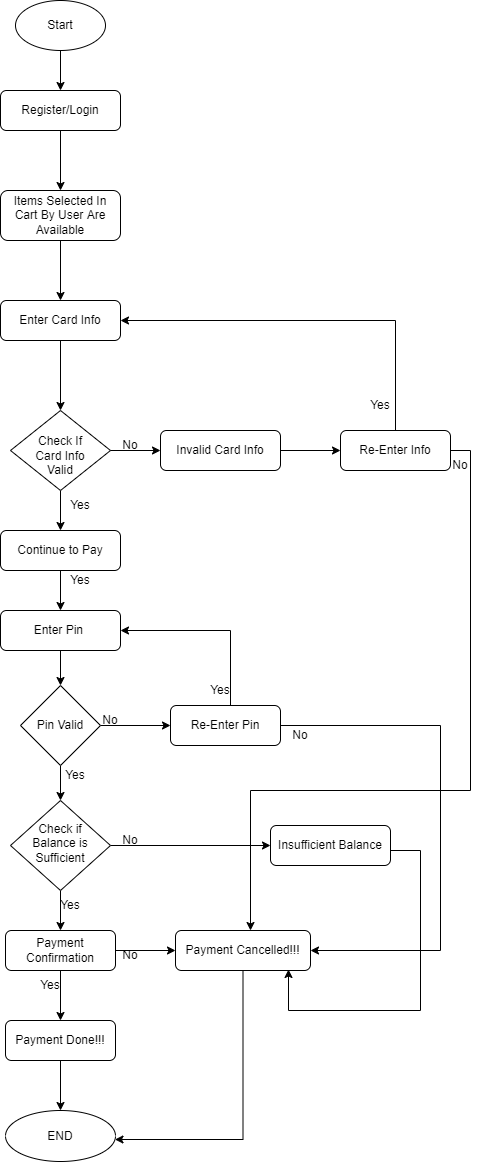
The draw.io diagram FC_Credit_Card_Payment.png in MuhammadFurqanAli/SQA_TEST_CASES, before a commit. Source tidied: cells renumbered, new cells last; positions are measured from the earlier drawing's top-left corner, leaving out a move shared by most shapes.
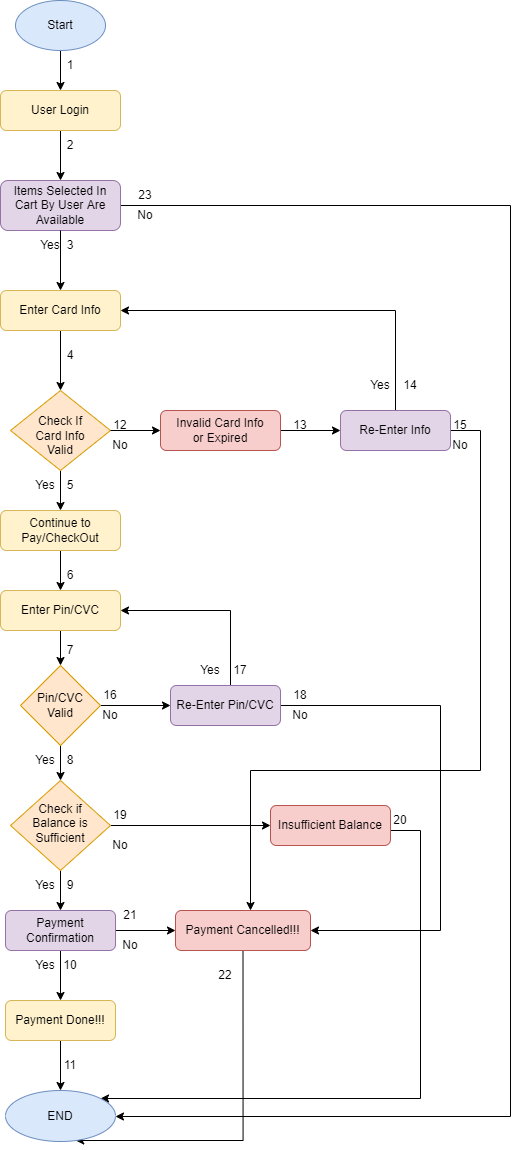
After the change.

Change to the diagram source:
```diff
@@ -7,4 +7,4 @@
     </mxCell>
-    <mxCell id="3" value="Register/Login" style="rounded=1;whiteSpace=wrap;html=1;fontSize=12;glass=0;strokeWidth=1;shadow=0;" parent="1" vertex="1">
-      <mxGeometry y="90" width="120" height="40" as="geometry" />
+    <mxCell id="3" value="User Login" style="rounded=1;whiteSpace=wrap;html=1;fontSize=12;glass=0;strokeWidth=1;shadow=0;fillColor=#fff2cc;strokeColor=#d6b656;" parent="1" vertex="1">
+      <mxGeometry y="110" width="120" height="40" as="geometry" />
     </mxCell>
@@ -13,9 +13,9 @@
     </mxCell>
-    <mxCell id="5" value="&lt;br&gt;Check If&lt;br&gt;Card Info&lt;br&gt;Valid" style="rhombus;whiteSpace=wrap;html=1;shadow=0;fontFamily=Helvetica;fontSize=12;align=center;strokeWidth=1;spacing=6;spacingTop=-4;" parent="1" vertex="1">
+    <mxCell id="5" value="&lt;br&gt;Check If&lt;br&gt;Card Info&lt;br&gt;Valid" style="rhombus;whiteSpace=wrap;html=1;shadow=0;fontFamily=Helvetica;fontSize=12;align=center;strokeWidth=1;spacing=6;spacingTop=-4;fillColor=#ffe6cc;strokeColor=#d79b00;" parent="1" vertex="1">
       <mxGeometry x="10" y="410" width="100" height="80" as="geometry" />
     </mxCell>
-    <mxCell id="6" style="edgeStyle=orthogonalEdgeStyle;rounded=0;jettySize=auto;html=1;exitX=0.5;exitY=0;exitDx=0;exitDy=0;entryX=1;entryY=0.5;entryDx=0;entryDy=0;" parent="1" edge="1" source="30" target="45">
+    <mxCell id="6" style="edgeStyle=orthogonalEdgeStyle;rounded=0;jettySize=auto;html=1;exitX=0.5;exitY=0;exitDx=0;exitDy=0;" parent="1" edge="1" source="30" target="45">
       <mxGeometry relative="1" as="geometry">
         <Array as="points">
-          <mxPoint x="395" y="320" />
+          <mxPoint x="395" y="330" />
         </Array>
@@ -26,3 +26,3 @@
     </mxCell>
-    <mxCell id="8" value="Invalid Card Info" style="rounded=1;whiteSpace=wrap;html=1;fontSize=12;glass=0;strokeWidth=1;shadow=0;" parent="1" vertex="1">
+    <mxCell id="8" value="Invalid Card Info&lt;br&gt;or Expired" style="rounded=1;whiteSpace=wrap;html=1;fontSize=12;glass=0;strokeWidth=1;shadow=0;fillColor=#f8cecc;strokeColor=#b85450;" parent="1" vertex="1">
       <mxGeometry x="160" y="430" width="120" height="40" as="geometry" />
@@ -35,3 +35,3 @@
     </mxCell>
-    <mxCell id="11" value="Check if Balance is Sufficient" style="rhombus;whiteSpace=wrap;html=1;shadow=0;fontFamily=Helvetica;fontSize=12;align=center;strokeWidth=1;spacing=6;spacingTop=-4;" parent="1" vertex="1">
+    <mxCell id="11" value="Check if Balance is Sufficient" style="rhombus;whiteSpace=wrap;html=1;shadow=0;fontFamily=Helvetica;fontSize=12;align=center;strokeWidth=1;spacing=6;spacingTop=-4;fillColor=#ffe6cc;strokeColor=#d79b00;" parent="1" vertex="1">
       <mxGeometry x="10" y="800" width="100" height="90" as="geometry" />
@@ -41,11 +41,11 @@
     </mxCell>
-    <mxCell id="13" value="Enter Pin&amp;nbsp;" style="rounded=1;whiteSpace=wrap;html=1;fontSize=12;glass=0;strokeWidth=1;shadow=0;" parent="1" vertex="1">
+    <mxCell id="13" value="Enter Pin/CVC" style="rounded=1;whiteSpace=wrap;html=1;fontSize=12;glass=0;strokeWidth=1;shadow=0;fillColor=#fff2cc;strokeColor=#d6b656;" parent="1" vertex="1">
       <mxGeometry y="610" width="120" height="40" as="geometry" />
     </mxCell>
-    <mxCell id="14" style="edgeStyle=orthogonalEdgeStyle;rounded=0;jettySize=auto;html=1;entryX=0.837;entryY=0.975;entryDx=0;entryDy=0;exitX=1;exitY=0.5;exitDx=0;exitDy=0;entryPerimeter=0;" parent="1" edge="1" source="15" target="41">
+    <mxCell id="14" style="edgeStyle=orthogonalEdgeStyle;rounded=0;jettySize=auto;html=1;exitX=1;exitY=0.5;exitDx=0;exitDy=0;" parent="1" edge="1" source="15" target="40">
       <mxGeometry relative="1" as="geometry">
         <Array as="points">
+          <mxPoint x="390" y="850" />
           <mxPoint x="420" y="850" />
-          <mxPoint x="420" y="1010" />
-          <mxPoint x="288" y="1010" />
+          <mxPoint x="420" y="1118" />
         </Array>
@@ -53,3 +53,3 @@
     </mxCell>
-    <mxCell id="15" value="Insufficient Balance" style="rounded=1;whiteSpace=wrap;html=1;fontSize=12;glass=0;strokeWidth=1;shadow=0;" parent="1" vertex="1">
+    <mxCell id="15" value="Insufficient Balance" style="rounded=1;whiteSpace=wrap;html=1;fontSize=12;glass=0;strokeWidth=1;shadow=0;fillColor=#f8cecc;strokeColor=#b85450;" parent="1" vertex="1">
       <mxGeometry x="270" y="825" width="120" height="40" as="geometry" />
@@ -59,7 +59,7 @@
     </mxCell>
-    <mxCell id="17" value="Start" style="ellipse;whiteSpace=wrap;html=1;" parent="1" vertex="1">
-      <mxGeometry x="15" width="90" height="50" as="geometry" />
+    <mxCell id="17" value="Start" style="ellipse;whiteSpace=wrap;html=1;fillColor=#dae8fc;strokeColor=#6c8ebf;" parent="1" vertex="1">
+      <mxGeometry x="15" y="20" width="90" height="50" as="geometry" />
     </mxCell>
     <mxCell id="18" value="No" style="text;html=1;strokeColor=none;fillColor=none;align=center;verticalAlign=middle;whiteSpace=wrap;rounded=0;" parent="1" vertex="1">
-      <mxGeometry x="100" y="430" width="60" height="30" as="geometry" />
+      <mxGeometry x="90" y="450" width="60" height="30" as="geometry" />
     </mxCell>
@@ -78,3 +78,3 @@
     </mxCell>
-    <mxCell id="22" value="Pin Valid" style="rhombus;whiteSpace=wrap;html=1;" parent="1" vertex="1">
+    <mxCell id="22" value="Pin/CVC&lt;br&gt;Valid" style="rhombus;whiteSpace=wrap;html=1;fillColor=#ffe6cc;strokeColor=#d79b00;" parent="1" vertex="1">
       <mxGeometry x="20" y="685" width="80" height="80" as="geometry" />
@@ -91,3 +91,3 @@
     </mxCell>
-    <mxCell id="25" value="Continue to Pay" style="rounded=1;whiteSpace=wrap;html=1;fontSize=12;glass=0;strokeWidth=1;shadow=0;" parent="1" vertex="1">
+    <mxCell id="25" value="Continue to Pay/CheckOut" style="rounded=1;whiteSpace=wrap;html=1;fontSize=12;glass=0;strokeWidth=1;shadow=0;fillColor=#fff2cc;strokeColor=#d6b656;" parent="1" vertex="1">
       <mxGeometry y="530" width="120" height="40" as="geometry" />
@@ -95,5 +95,5 @@
     <mxCell id="26" value="Yes" style="text;html=1;strokeColor=none;fillColor=none;align=center;verticalAlign=middle;whiteSpace=wrap;rounded=0;" parent="1" vertex="1">
-      <mxGeometry x="190" y="675" width="60" height="30" as="geometry" />
+      <mxGeometry x="180" y="675" width="60" height="30" as="geometry" />
     </mxCell>
-    <mxCell id="27" style="edgeStyle=orthogonalEdgeStyle;rounded=0;jettySize=auto;html=1;entryX=1;entryY=0.5;entryDx=0;entryDy=0;exitX=1;exitY=0.5;exitDx=0;exitDy=0;" parent="1" edge="1" source="28" target="41">
+    <mxCell id="27" style="edgeStyle=orthogonalEdgeStyle;rounded=0;jettySize=auto;html=1;exitX=1;exitY=0.5;exitDx=0;exitDy=0;" parent="1" edge="1" source="28" target="41">
       <mxGeometry relative="1" as="geometry">
@@ -105,3 +105,3 @@
     </mxCell>
-    <mxCell id="28" value="Re-Enter Pin" style="whiteSpace=wrap;html=1;rounded=1;glass=0;strokeWidth=1;shadow=0;" parent="1" vertex="1">
+    <mxCell id="28" value="Re-Enter Pin/CVC" style="whiteSpace=wrap;html=1;rounded=1;glass=0;strokeWidth=1;shadow=0;fillColor=#e1d5e7;strokeColor=#9673a6;" parent="1" vertex="1">
       <mxGeometry x="170" y="705" width="110" height="40" as="geometry" />
@@ -111,4 +111,4 @@
         <Array as="points">
-          <mxPoint x="470" y="450" />
-          <mxPoint x="470" y="790" />
+          <mxPoint x="480" y="450" />
+          <mxPoint x="480" y="790" />
           <mxPoint x="250" y="790" />
@@ -117,3 +117,3 @@
     </mxCell>
-    <mxCell id="30" value="Re-Enter Info" style="whiteSpace=wrap;html=1;rounded=1;glass=0;strokeWidth=1;shadow=0;" parent="1" vertex="1">
+    <mxCell id="30" value="Re-Enter Info" style="whiteSpace=wrap;html=1;rounded=1;glass=0;strokeWidth=1;shadow=0;fillColor=#e1d5e7;strokeColor=#9673a6;" parent="1" vertex="1">
       <mxGeometry x="340" y="430" width="110" height="40" as="geometry" />
@@ -127,6 +127,6 @@
     <mxCell id="33" value="No" style="text;html=1;strokeColor=none;fillColor=none;align=center;verticalAlign=middle;whiteSpace=wrap;rounded=0;" parent="1" vertex="1">
-      <mxGeometry x="80" y="705" width="60" height="30" as="geometry" />
+      <mxGeometry x="80" y="720" width="60" height="30" as="geometry" />
     </mxCell>
     <mxCell id="34" value="Yes" style="text;html=1;strokeColor=none;fillColor=none;align=center;verticalAlign=middle;whiteSpace=wrap;rounded=0;" parent="1" vertex="1">
-      <mxGeometry x="45" y="760" width="60" height="30" as="geometry" />
+      <mxGeometry x="15" y="765" width="60" height="30" as="geometry" />
     </mxCell>
@@ -138,3 +138,3 @@
         <Array as="points">
-          <mxPoint x="243" y="1139" />
+          <mxPoint x="243" y="1160" />
         </Array>
@@ -148,13 +148,21 @@
     </mxCell>
-    <mxCell id="39" value="Payment Confirmation" style="whiteSpace=wrap;html=1;rounded=1;glass=0;strokeWidth=1;shadow=0;" parent="1" vertex="1">
+    <mxCell id="39" value="Payment Confirmation" style="whiteSpace=wrap;html=1;rounded=1;glass=0;strokeWidth=1;shadow=0;fillColor=#e1d5e7;strokeColor=#9673a6;" parent="1" vertex="1">
       <mxGeometry x="5" y="930" width="110" height="40" as="geometry" />
     </mxCell>
-    <mxCell id="40" value="END" style="ellipse;whiteSpace=wrap;html=1;" parent="1" vertex="1">
+    <mxCell id="40" value="END" style="ellipse;whiteSpace=wrap;html=1;fillColor=#dae8fc;strokeColor=#6c8ebf;" parent="1" vertex="1">
       <mxGeometry x="5" y="1110" width="110" height="51" as="geometry" />
     </mxCell>
-    <mxCell id="41" value="Payment Cancelled!!!" style="whiteSpace=wrap;html=1;rounded=1;glass=0;strokeWidth=1;shadow=0;" parent="1" vertex="1">
+    <mxCell id="41" value="Payment Cancelled!!!" style="whiteSpace=wrap;html=1;rounded=1;glass=0;strokeWidth=1;shadow=0;fillColor=#f8cecc;strokeColor=#b85450;" parent="1" vertex="1">
       <mxGeometry x="175" y="930" width="135" height="40" as="geometry" />
     </mxCell>
+    <mxCell id="54" style="edgeStyle=orthogonalEdgeStyle;rounded=0;jettySize=auto;html=1;" parent="1" edge="1" source="42" target="40">
+      <mxGeometry relative="1" as="geometry">
+        <Array as="points">
+          <mxPoint x="510" y="225" />
+          <mxPoint x="510" y="1136" />
+        </Array>
+      </mxGeometry>
+    </mxCell>
-    <mxCell id="42" value="Items Selected In Cart By User Are Available" style="rounded=1;whiteSpace=wrap;html=1;fontSize=12;glass=0;strokeWidth=1;shadow=0;" parent="1" vertex="1">
-      <mxGeometry y="190" width="120" height="50" as="geometry" />
+    <mxCell id="42" value="Items Selected In Cart By User Are Available" style="rounded=1;whiteSpace=wrap;html=1;fontSize=12;glass=0;strokeWidth=1;shadow=0;fillColor=#e1d5e7;strokeColor=#9673a6;" parent="1" vertex="1">
+      <mxGeometry y="200" width="120" height="50" as="geometry" />
     </mxCell>
@@ -166,15 +174,12 @@
     </mxCell>
-    <mxCell id="45" value="Enter Card Info" style="rounded=1;whiteSpace=wrap;html=1;fontSize=12;glass=0;strokeWidth=1;shadow=0;" parent="1" vertex="1">
-      <mxGeometry y="300" width="120" height="40" as="geometry" />
+    <mxCell id="45" value="Enter Card Info" style="rounded=1;whiteSpace=wrap;html=1;fontSize=12;glass=0;strokeWidth=1;shadow=0;fillColor=#fff2cc;strokeColor=#d6b656;" parent="1" vertex="1">
+      <mxGeometry y="310" width="120" height="40" as="geometry" />
     </mxCell>
-    <mxCell id="46" value="Yes" style="text;html=1;strokeColor=none;fillColor=none;align=center;verticalAlign=middle;whiteSpace=wrap;rounded=0;" parent="1" vertex="1">
-      <mxGeometry x="50" y="565" width="60" height="30" as="geometry" />
-    </mxCell>
     <mxCell id="47" value="No" style="text;html=1;strokeColor=none;fillColor=none;align=center;verticalAlign=middle;whiteSpace=wrap;rounded=0;" parent="1" vertex="1">
-      <mxGeometry x="100" y="940" width="60" height="30" as="geometry" />
+      <mxGeometry x="100" y="950" width="60" height="30" as="geometry" />
     </mxCell>
     <mxCell id="48" value="Yes" style="text;html=1;strokeColor=none;fillColor=none;align=center;verticalAlign=middle;whiteSpace=wrap;rounded=0;" parent="1" vertex="1">
-      <mxGeometry x="20" y="970" width="60" height="30" as="geometry" />
+      <mxGeometry x="15" y="970" width="60" height="30" as="geometry" />
     </mxCell>
-    <mxCell id="49" value="Payment Done!!!" style="whiteSpace=wrap;html=1;rounded=1;glass=0;strokeWidth=1;shadow=0;" parent="1" vertex="1">
+    <mxCell id="49" value="Payment Done!!!" style="whiteSpace=wrap;html=1;rounded=1;glass=0;strokeWidth=1;shadow=0;fillColor=#fff2cc;strokeColor=#d6b656;" parent="1" vertex="1">
       <mxGeometry x="5" y="1020" width="110" height="40" as="geometry" />
@@ -182,3 +187,3 @@
     <mxCell id="50" value="Yes" style="text;html=1;strokeColor=none;fillColor=none;align=center;verticalAlign=middle;whiteSpace=wrap;rounded=0;" parent="1" vertex="1">
-      <mxGeometry x="50" y="490" width="60" height="30" as="geometry" />
+      <mxGeometry x="15" y="490" width="60" height="30" as="geometry" />
     </mxCell>
@@ -188,7 +193,82 @@
     <mxCell id="52" value="Yes" style="text;html=1;strokeColor=none;fillColor=none;align=center;verticalAlign=middle;whiteSpace=wrap;rounded=0;" parent="1" vertex="1">
-      <mxGeometry x="40" y="890" width="60" height="30" as="geometry" />
+      <mxGeometry x="15" y="890" width="60" height="30" as="geometry" />
     </mxCell>
     <mxCell id="53" value="No" style="text;html=1;strokeColor=none;fillColor=none;align=center;verticalAlign=middle;whiteSpace=wrap;rounded=0;" parent="1" vertex="1">
-      <mxGeometry x="100" y="825" width="60" height="30" as="geometry" />
+      <mxGeometry x="90" y="850" width="60" height="30" as="geometry" />
     </mxCell>
+    <mxCell id="55" value="2" style="text;html=1;strokeColor=none;fillColor=none;align=center;verticalAlign=middle;whiteSpace=wrap;rounded=0;" parent="1" vertex="1">
+      <mxGeometry x="40" y="150" width="60" height="30" as="geometry" />
+    </mxCell>
+    <mxCell id="56" value="1" style="text;html=1;strokeColor=none;fillColor=none;align=center;verticalAlign=middle;whiteSpace=wrap;rounded=0;" parent="1" vertex="1">
+      <mxGeometry x="40" y="70" width="60" height="30" as="geometry" />
+    </mxCell>
+    <mxCell id="57" value="4" style="text;html=1;strokeColor=none;fillColor=none;align=center;verticalAlign=middle;whiteSpace=wrap;rounded=0;" parent="1" vertex="1">
+      <mxGeometry x="40" y="360" width="60" height="30" as="geometry" />
+    </mxCell>
+    <mxCell id="58" value="11" style="text;html=1;strokeColor=none;fillColor=none;align=center;verticalAlign=middle;whiteSpace=wrap;rounded=0;" parent="1" vertex="1">
+      <mxGeometry x="40" y="1070" width="60" height="30" as="geometry" />
+    </mxCell>
+    <mxCell id="59" value="3" style="text;html=1;strokeColor=none;fillColor=none;align=center;verticalAlign=middle;whiteSpace=wrap;rounded=0;" parent="1" vertex="1">
+      <mxGeometry x="40" y="250" width="60" height="30" as="geometry" />
+    </mxCell>
+    <mxCell id="60" value="10" style="text;html=1;strokeColor=none;fillColor=none;align=center;verticalAlign=middle;whiteSpace=wrap;rounded=0;" parent="1" vertex="1">
+      <mxGeometry x="40" y="970" width="60" height="30" as="geometry" />
+    </mxCell>
+    <mxCell id="61" value="13" style="text;html=1;strokeColor=none;fillColor=none;align=center;verticalAlign=middle;whiteSpace=wrap;rounded=0;" parent="1" vertex="1">
+      <mxGeometry x="270" y="430" width="60" height="30" as="geometry" />
+    </mxCell>
+    <mxCell id="62" value="5" style="text;html=1;strokeColor=none;fillColor=none;align=center;verticalAlign=middle;whiteSpace=wrap;rounded=0;" parent="1" vertex="1">
+      <mxGeometry x="40" y="490" width="60" height="30" as="geometry" />
+    </mxCell>
+    <mxCell id="63" value="12" style="text;html=1;strokeColor=none;fillColor=none;align=center;verticalAlign=middle;whiteSpace=wrap;rounded=0;" parent="1" vertex="1">
+      <mxGeometry x="90" y="430" width="60" height="30" as="geometry" />
+    </mxCell>
+    <mxCell id="64" value="8" style="text;html=1;strokeColor=none;fillColor=none;align=center;verticalAlign=middle;whiteSpace=wrap;rounded=0;" parent="1" vertex="1">
+      <mxGeometry x="40" y="765" width="60" height="30" as="geometry" />
+    </mxCell>
+    <mxCell id="65" value="6" style="text;html=1;strokeColor=none;fillColor=none;align=center;verticalAlign=middle;whiteSpace=wrap;rounded=0;" parent="1" vertex="1">
+      <mxGeometry x="40" y="580" width="60" height="30" as="geometry" />
+    </mxCell>
+    <mxCell id="66" value="9" style="text;html=1;strokeColor=none;fillColor=none;align=center;verticalAlign=middle;whiteSpace=wrap;rounded=0;" parent="1" vertex="1">
+      <mxGeometry x="40" y="890" width="60" height="30" as="geometry" />
+    </mxCell>
+    <mxCell id="67" value="7" style="text;html=1;strokeColor=none;fillColor=none;align=center;verticalAlign=middle;whiteSpace=wrap;rounded=0;" parent="1" vertex="1">
+      <mxGeometry x="40" y="655" width="60" height="30" as="geometry" />
+    </mxCell>
+    <mxCell id="68" value="14" style="text;html=1;strokeColor=none;fillColor=none;align=center;verticalAlign=middle;whiteSpace=wrap;rounded=0;" parent="1" vertex="1">
+      <mxGeometry x="380" y="390" width="60" height="30" as="geometry" />
+    </mxCell>
+    <mxCell id="69" value="15" style="text;html=1;strokeColor=none;fillColor=none;align=center;verticalAlign=middle;whiteSpace=wrap;rounded=0;" parent="1" vertex="1">
+      <mxGeometry x="430" y="430" width="60" height="30" as="geometry" />
+    </mxCell>
+    <mxCell id="70" value="17" style="text;html=1;strokeColor=none;fillColor=none;align=center;verticalAlign=middle;whiteSpace=wrap;rounded=0;" parent="1" vertex="1">
+      <mxGeometry x="210" y="675" width="60" height="30" as="geometry" />
+    </mxCell>
+    <mxCell id="71" value="16" style="text;html=1;strokeColor=none;fillColor=none;align=center;verticalAlign=middle;whiteSpace=wrap;rounded=0;" parent="1" vertex="1">
+      <mxGeometry x="80" y="700" width="60" height="30" as="geometry" />
+    </mxCell>
+    <mxCell id="72" value="18" style="text;html=1;strokeColor=none;fillColor=none;align=center;verticalAlign=middle;whiteSpace=wrap;rounded=0;" parent="1" vertex="1">
+      <mxGeometry x="270" y="700" width="60" height="30" as="geometry" />
+    </mxCell>
+    <mxCell id="73" value="22" style="text;html=1;strokeColor=none;fillColor=none;align=center;verticalAlign=middle;whiteSpace=wrap;rounded=0;" parent="1" vertex="1">
+      <mxGeometry x="195" y="980" width="60" height="30" as="geometry" />
+    </mxCell>
+    <mxCell id="74" value="19" style="text;html=1;strokeColor=none;fillColor=none;align=center;verticalAlign=middle;whiteSpace=wrap;rounded=0;" parent="1" vertex="1">
+      <mxGeometry x="90" y="820" width="60" height="30" as="geometry" />
+    </mxCell>
+    <mxCell id="75" value="21" style="text;html=1;strokeColor=none;fillColor=none;align=center;verticalAlign=middle;whiteSpace=wrap;rounded=0;" parent="1" vertex="1">
+      <mxGeometry x="100" y="920" width="60" height="30" as="geometry" />
+    </mxCell>
+    <mxCell id="76" value="20" style="text;html=1;strokeColor=none;fillColor=none;align=center;verticalAlign=middle;whiteSpace=wrap;rounded=0;" parent="1" vertex="1">
+      <mxGeometry x="370" y="825" width="60" height="30" as="geometry" />
+    </mxCell>
+    <mxCell id="46" value="Yes" style="text;html=1;strokeColor=none;fillColor=none;align=center;verticalAlign=middle;whiteSpace=wrap;rounded=0;" parent="1" vertex="1">
+      <mxGeometry x="20" y="250" width="60" height="30" as="geometry" />
+    </mxCell>
+    <mxCell id="77" value="23" style="text;html=1;strokeColor=none;fillColor=none;align=center;verticalAlign=middle;whiteSpace=wrap;rounded=0;" parent="1" vertex="1">
+      <mxGeometry x="115" y="200" width="60" height="30" as="geometry" />
+    </mxCell>
+    <mxCell id="78" value="No" style="text;html=1;strokeColor=none;fillColor=none;align=center;verticalAlign=middle;whiteSpace=wrap;rounded=0;" parent="1" vertex="1">
+      <mxGeometry x="115" y="220" width="60" height="30" as="geometry" />
+    </mxCell>
   </root>
```
